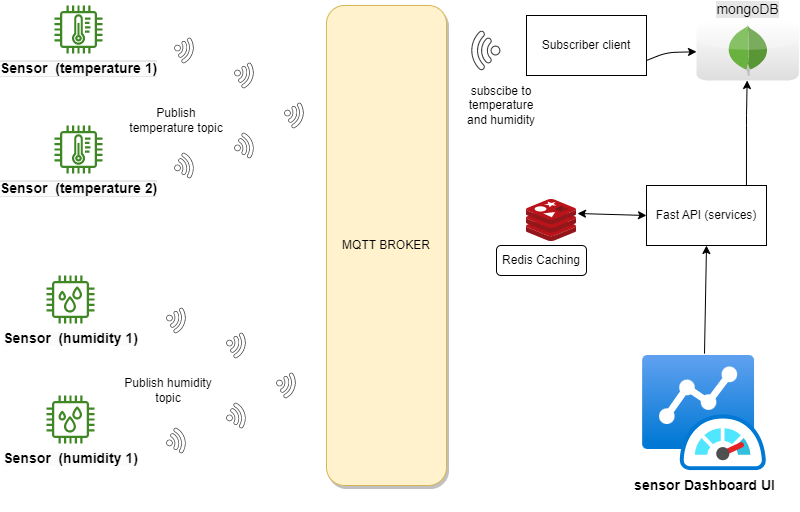
sanketwagh147/exalens-test keeps this draw.io diagram as architechture/architechture.png. Above is the earlier version. Source tidied: cells renumbered, new cells last; positions are measured from the earlier drawing's top-left corner, leaving out a move shared by most shapes.
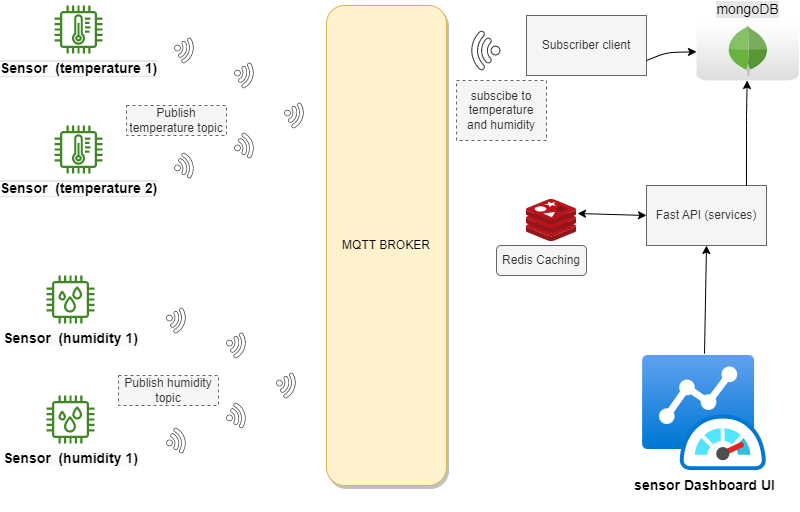
Above is the later version.

Commit message:
added background fix in arch diagrajm

What changed in the source:
```diff
@@ -11,13 +11,13 @@
     <mxCell id="4" style="sketch=0;shadow=0;dashed=0;html=1;strokeColor=none;fillColor=#434445;labelPosition=center;verticalLabelPosition=bottom;verticalAlign=top;align=center;shape=mxgraph.vvd.wi_fi;rotation=-135;" parent="1" vertex="1">
       <mxGeometry x="420" y="30" width="30" height="30" as="geometry" />
     </mxCell>
-    <mxCell id="5" value="Publish temperature topic&lt;br&gt;" style="text;html=1;strokeColor=none;fillColor=none;align=center;verticalAlign=middle;whiteSpace=wrap;rounded=0;dashed=1;" parent="1" vertex="1">
+    <mxCell id="5" value="Publish temperature topic&lt;br&gt;" style="text;html=1;align=center;verticalAlign=middle;whiteSpace=wrap;rounded=0;dashed=1;fillColor=#f5f5f5;strokeColor=#666666;fontColor=#333333;" parent="1" vertex="1">
       <mxGeometry x="80" y="100" width="100" height="30" as="geometry" />
     </mxCell>
-    <mxCell id="6" value="subscibe to temperature and humidity&lt;br&gt;" style="text;html=1;strokeColor=none;fillColor=none;align=center;verticalAlign=middle;whiteSpace=wrap;rounded=0;dashed=1;" parent="1" vertex="1">
-      <mxGeometry x="410" y="70" width="90" height="60" as="geometry" />
+    <mxCell id="6" value="subscibe to temperature and humidity&lt;br&gt;" style="text;html=1;strokeColor=#666666;fillColor=#f5f5f5;align=center;verticalAlign=middle;whiteSpace=wrap;rounded=0;dashed=1;fontColor=#333333;" parent="1" vertex="1">
+      <mxGeometry x="410" y="75" width="90" height="60" as="geometry" />
     </mxCell>
-    <mxCell id="7" value="Subscriber client" style="rounded=0;whiteSpace=wrap;html=1;fillColor=none;" parent="1" vertex="1">
+    <mxCell id="7" value="Subscriber client" style="rounded=0;whiteSpace=wrap;html=1;fillColor=#f5f5f5;fontColor=#333333;strokeColor=#666666;" parent="1" vertex="1">
       <mxGeometry x="480" y="10" width="120" height="60" as="geometry" />
     </mxCell>
     <mxCell id="8" style="endArrow=classic;html=1;exitX=1;exitY=0.75;exitDx=0;exitDy=0;" parent="1" edge="1" source="7" target="30">
@@ -27,7 +27,7 @@
         </Array>
       </mxGeometry>
     </mxCell>
-    <mxCell id="9" value="Fast API (services)&lt;br&gt;" style="rounded=0;whiteSpace=wrap;html=1;fillColor=none;" parent="1" vertex="1">
+    <mxCell id="9" value="Fast API (services)&lt;br&gt;" style="rounded=0;whiteSpace=wrap;html=1;fillColor=#f5f5f5;fontColor=#333333;strokeColor=#666666;" parent="1" vertex="1">
       <mxGeometry x="600" y="180" width="120" height="60" as="geometry" />
     </mxCell>
     <mxCell id="10" style="sketch=0;html=1;points=[];align=center;image;fontSize=12;image=img/lib/mscae/Cache_Redis_Product.svg;fillColor=none;" parent="1" vertex="1">
@@ -36,7 +36,7 @@
     <mxCell id="11" style="endArrow=classic;startArrow=classic;html=1;entryX=0;entryY=0.5;entryDx=0;entryDy=0;exitX=1.02;exitY=0.333;exitDx=0;exitDy=0;exitPerimeter=0;" parent="1" edge="1" source="10" target="9">
       <mxGeometry relative="1" as="geometry" />
     </mxCell>
-    <mxCell id="12" value="Redis Caching" style="rounded=1;whiteSpace=wrap;html=1;fillColor=none;" parent="1" vertex="1">
+    <mxCell id="12" value="Redis Caching" style="rounded=1;whiteSpace=wrap;html=1;fillColor=#f5f5f5;fontColor=#333333;strokeColor=#666666;" parent="1" vertex="1">
       <mxGeometry x="450" y="240" width="90" height="30" as="geometry" />
     </mxCell>
     <mxCell id="13" style="endArrow=classic;html=1;exitX=0.833;exitY=0;exitDx=0;exitDy=0;exitPerimeter=0;" parent="1" edge="1" source="9" target="30">
@@ -73,7 +73,7 @@
     <mxCell id="22" style="sketch=0;shadow=0;dashed=0;html=1;strokeColor=none;fillColor=#434445;labelPosition=center;verticalLabelPosition=bottom;verticalAlign=top;align=center;shape=mxgraph.vvd.wi_fi;rotation=60;" parent="1" vertex="1">
       <mxGeometry x="122" y="305" width="20" height="20" as="geometry" />
     </mxCell>
-    <mxCell id="23" value="Publish humidity topic" style="text;html=1;strokeColor=none;fillColor=none;align=center;verticalAlign=middle;whiteSpace=wrap;rounded=0;dashed=1;" parent="1" vertex="1">
+    <mxCell id="23" value="Publish humidity topic" style="text;html=1;strokeColor=#666666;fillColor=#f5f5f5;align=center;verticalAlign=middle;whiteSpace=wrap;rounded=0;dashed=1;fontColor=#333333;" parent="1" vertex="1">
       <mxGeometry x="72" y="370" width="100" height="30" as="geometry" />
     </mxCell>
     <mxCell id="24" value="&lt;span style=&quot;color: rgb(0, 0, 0); background-color: rgb(251, 251, 251);&quot;&gt;&lt;b&gt;&lt;font style=&quot;font-size: 14px;&quot;&gt;Sensor&amp;nbsp; (humidity 1)&lt;/font&gt;&lt;/b&gt;&lt;/span&gt;" style="sketch=0;fontColor=#232F3E;gradientColor=none;fillColor=#3F8624;strokeColor=none;dashed=0;verticalLabelPosition=bottom;verticalAlign=top;align=center;html=1;fontSize=12;fontStyle=0;shape=mxgraph.aws4.iot_thing_humidity_sensor;fontFamily=Helvetica;" parent="1" vertex="1">
```
